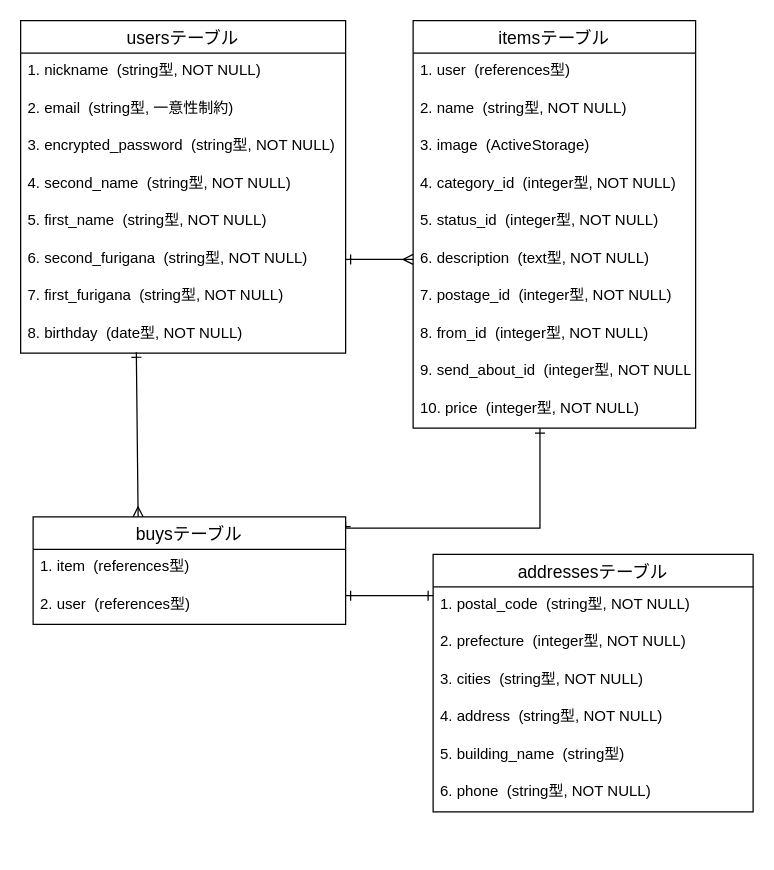
The draw.io diagram furima-er.dio in itokanta/furima-35084, before the edit. Source tidied: cells renumbered, new cells numbered last; positions are measured from the earlier drawing's top-left corner, leaving out a move shared by most shapes. Both pictures are drawn from the tidied source at 125%, with x=0, y=0 at pixel (20, 20).
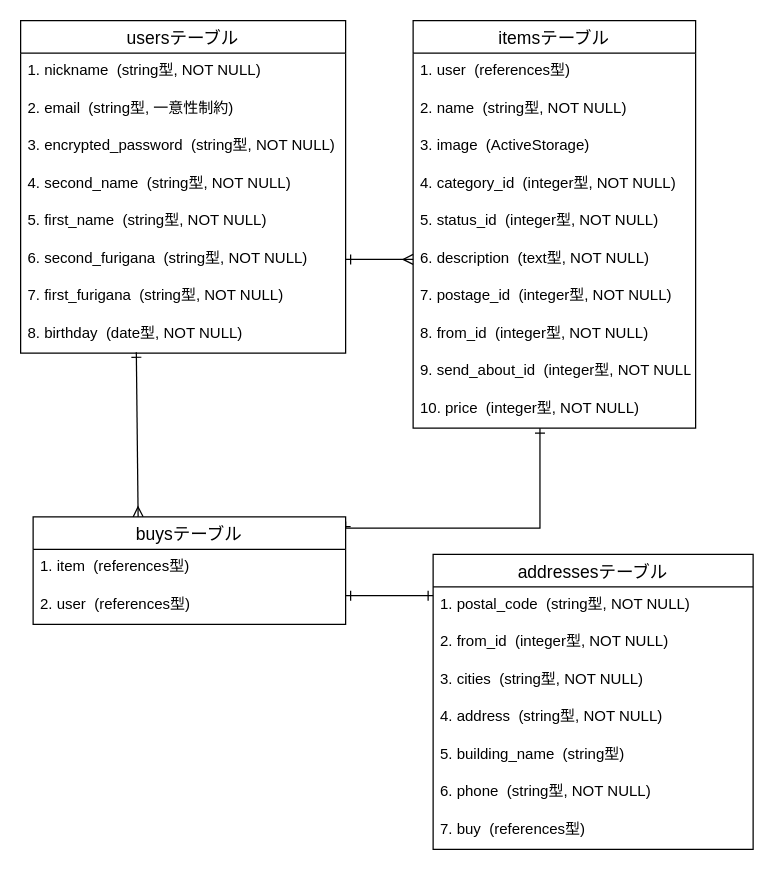
After the change.

Diff of the diagram source:
```diff
@@
     <mxCell id="29" value="addressesテーブル" style="swimlane;fontStyle=0;horizontal=1;startSize=26;align=center;fontSize=14;" parent="1" vertex="1">
-      <mxGeometry x="330" y="427" width="256" height="206" as="geometry" />
+      <mxGeometry x="330" y="427" width="256" height="236" as="geometry" />
     </mxCell>
@@
-    <mxCell id="31" value="2. prefecture  (integer型, NOT NULL)" style="text;strokeColor=none;fillColor=none;spacingLeft=4;spacingRight=4;overflow=hidden;fontSize=12;" parent="29" vertex="1">
+    <mxCell id="31" value="2. from_id  (integer型, NOT NULL)" style="text;strokeColor=none;fillColor=none;spacingLeft=4;spacingRight=4;overflow=hidden;fontSize=12;" parent="29" vertex="1">
       <mxGeometry y="56" width="256" height="30" as="geometry" />
     </mxCell>
@@
+    <mxCell id="36" value="7. buy  (references型)" style="text;strokeColor=none;fillColor=none;spacingLeft=4;spacingRight=4;overflow=hidden;fontSize=12;" parent="29" vertex="1">
+      <mxGeometry y="206" width="256" height="30" as="geometry" />
+    </mxCell>
```
